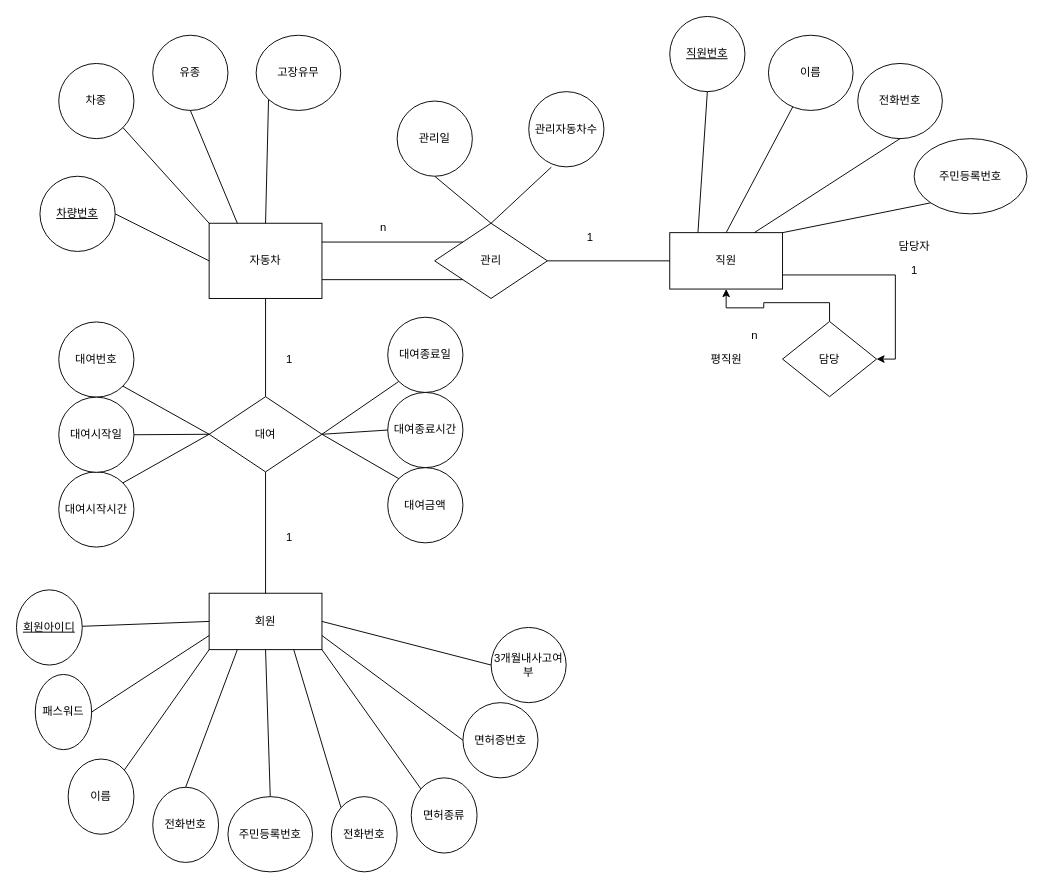
Before: CarRental.drawio in junki1912/DBP_CarRental, a draw.io diagram. Source tidied: cells renumbered, new cells numbered last; positions are measured from the earlier drawing's top-left corner, leaving out a move shared by most shapes. Both pictures are drawn from the tidied source at 94%, with x=0, y=0 at pixel (16, 16).
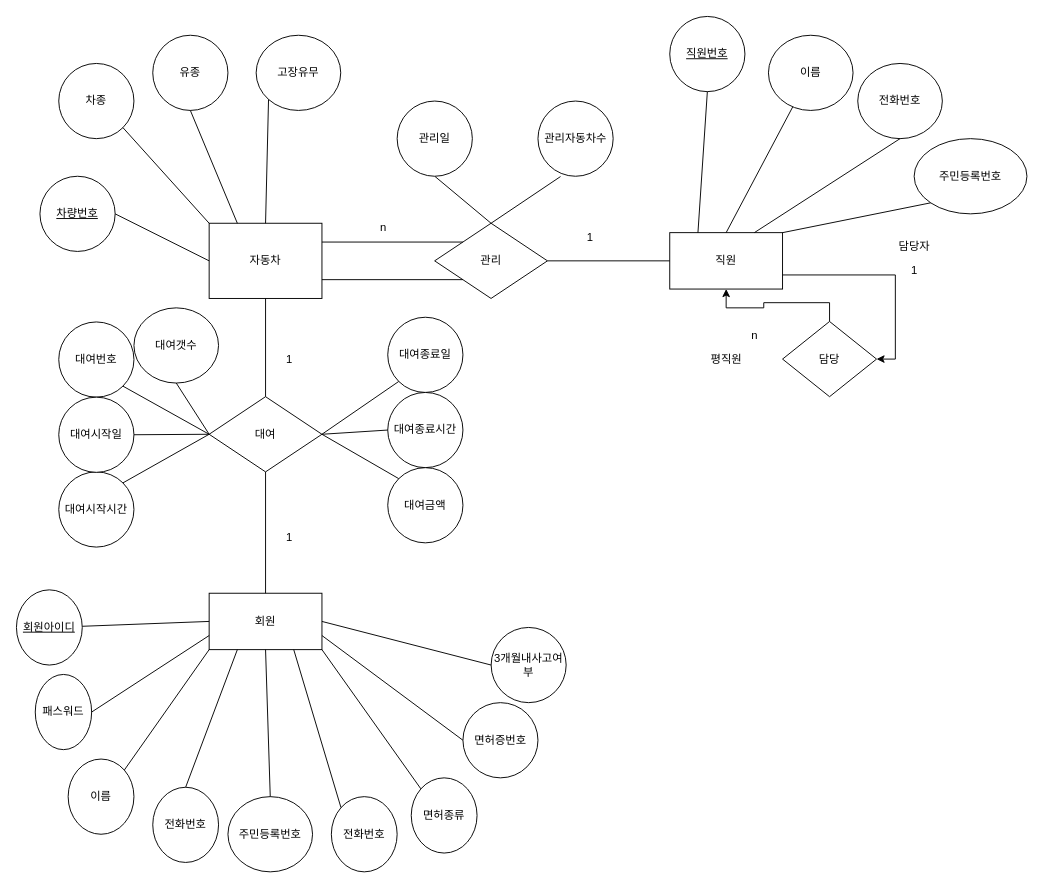
The same page after the edit.

Unchanged cells that the change refers to:
```xml
<mxCell id="23" value="대여" style="rhombus;whiteSpace=wrap;html=1;" parent="1" vertex="1">
  <mxGeometry x="205" y="404.5" width="120" height="80" as="geometry" />
</mxCell>
```

Change to the diagram source:
```diff
@@
     <mxCell id="50" value="관리자동차수" style="ellipse;whiteSpace=wrap;html=1;" parent="1" vertex="1">
-      <mxGeometry x="545" y="80" width="80" height="80" as="geometry" />
+      <mxGeometry x="554.8" y="90" width="80" height="80" as="geometry" />
     </mxCell>
@@
+    <mxCell id="73" value="대여갯수" style="ellipse;whiteSpace=wrap;html=1;" parent="1" vertex="1">
+      <mxGeometry x="125" y="310" width="90" height="80" as="geometry" />
+    </mxCell>
+    <mxCell id="74" style="endArrow=none;html=1;rounded=0;entryX=0.5;entryY=1;entryDx=0;entryDy=0;exitX=0;exitY=0.5;exitDx=0;exitDy=0;" parent="1" edge="1" source="23" target="73">
+      <mxGeometry relative="1" as="geometry" />
+    </mxCell>
```
